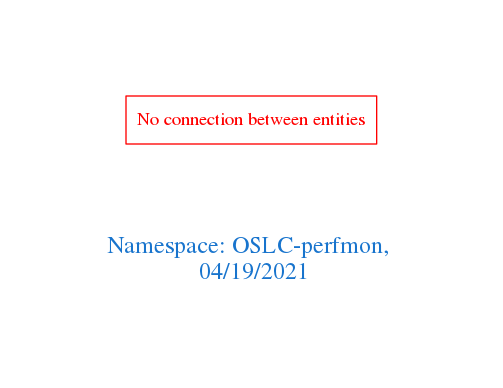
Earlier version of the Graphviz export downloads/OSLC-perfmon.png (arago/OGIT). Its source is kept beside it as downloads/OSLC-perfmon.dot.
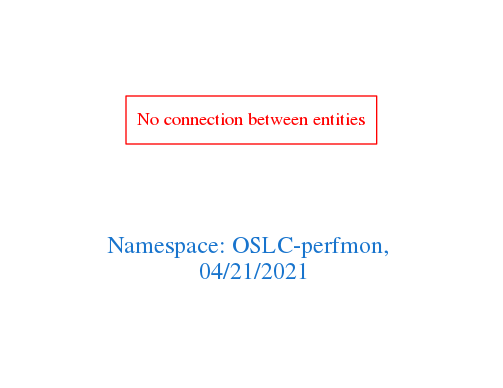
The same diagram one commit later.

Change to the diagram source:
```diff
@@ -1,7 +1,7 @@
 digraph OGIT_ontology {
  graph [ rankdir= LR,pad=1
 fontsize = 18,
-fontcolor= dodgerblue3,label = "\n\n\nNamespace: OSLC-perfmon, \n 04/19/2021"];
+fontcolor= dodgerblue3,label = "\n\n\nNamespace: OSLC-perfmon, \n 04/21/2021"];
 node[shape=polygon];
 edge [  color="gray81"];
 
```
